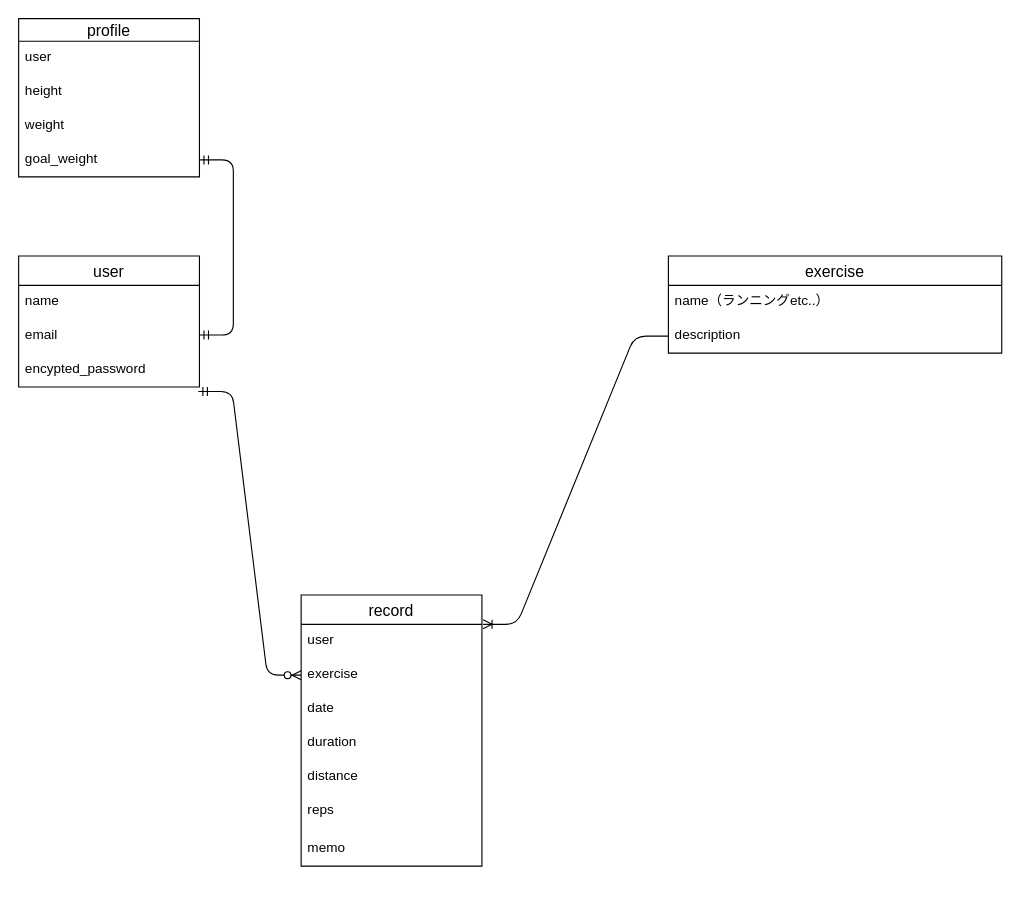
Above: page "ページ1" (1 of 2) of test.dio in yuuuuuuuka/my_training (draw.io), before the change. Source tidied: cells renumbered, new cells numbered last; positions are measured from the earlier drawing's top-left corner, leaving out a move shared by most shapes. Both pictures are drawn from the tidied source at 113%, with x=0, y=0 at pixel (18, 18).
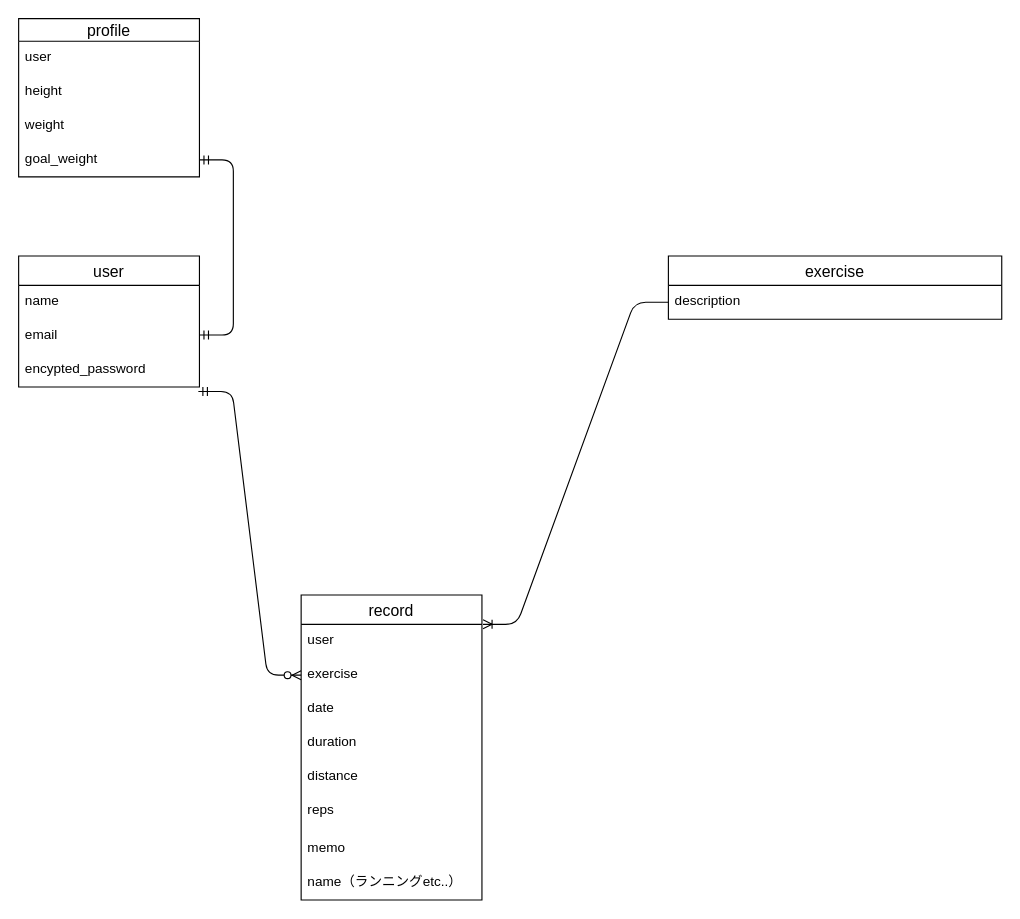
Above is the later version.

Change to the diagram source:
```diff
@@
     <mxCell id="6" value="exercise" style="swimlane;fontStyle=0;horizontal=1;startSize=26;align=center;fontSize=14;" parent="1" vertex="1">
-      <mxGeometry x="575" y="210" width="295" height="86" as="geometry" />
+      <mxGeometry x="575" y="210" width="295" height="56" as="geometry" />
     </mxCell>
-    <mxCell id="7" value="name（ランニングetc..）" style="text;strokeColor=none;fillColor=none;spacingLeft=4;spacingRight=4;overflow=hidden;fontSize=12;" parent="6" vertex="1">
-      <mxGeometry y="26" width="295" height="30" as="geometry" />
-    </mxCell>
     <mxCell id="8" value="description" style="text;strokeColor=none;fillColor=none;spacingLeft=4;spacingRight=4;overflow=hidden;points=[[0,0.5],[1,0.5]];portConstraint=eastwest;fontSize=12;" parent="6" vertex="1">
-      <mxGeometry y="56" width="295" height="30" as="geometry" />
+      <mxGeometry y="26" width="295" height="30" as="geometry" />
     </mxCell>
     <mxCell id="9" value="record" style="swimlane;fontStyle=0;horizontal=1;startSize=26;align=center;fontSize=14;" parent="1" vertex="1">
-      <mxGeometry x="250" y="510" width="160" height="240" as="geometry" />
+      <mxGeometry x="250" y="510" width="160" height="270" as="geometry" />
     </mxCell>
@@
+    <mxCell id="7" value="name（ランニングetc..）" style="text;strokeColor=none;fillColor=none;spacingLeft=4;spacingRight=4;overflow=hidden;fontSize=12;" parent="9" vertex="1">
+      <mxGeometry y="240" width="160" height="30" as="geometry" />
+    </mxCell>
```
